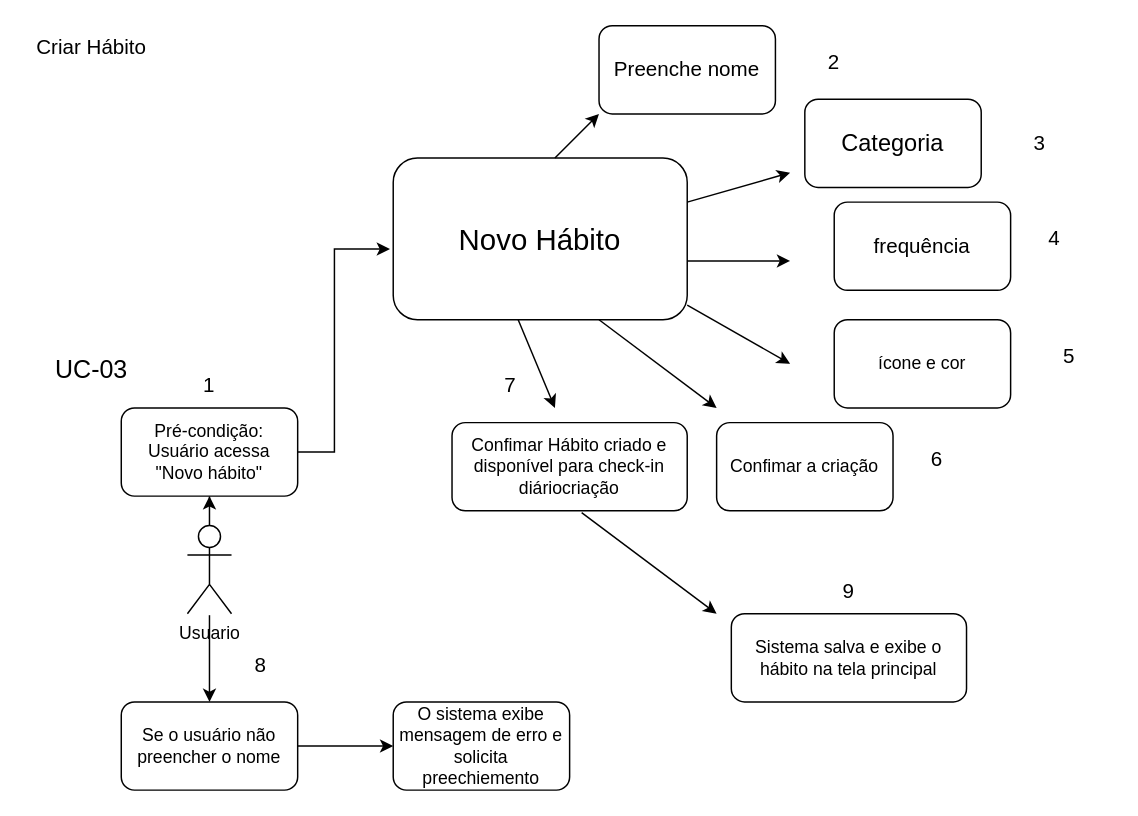
Above: docs/diagramas_uml/diagramas_uc/uc3.drawio in lorenzodp-dev/HabitDisc (draw.io), before the change. Source tidied: cells renumbered, new cells numbered last; positions are measured from the earlier drawing's top-left corner, leaving out a move shared by most shapes. Both pictures are drawn from the tidied source at 147%, with x=0, y=0 at pixel (25, 25).
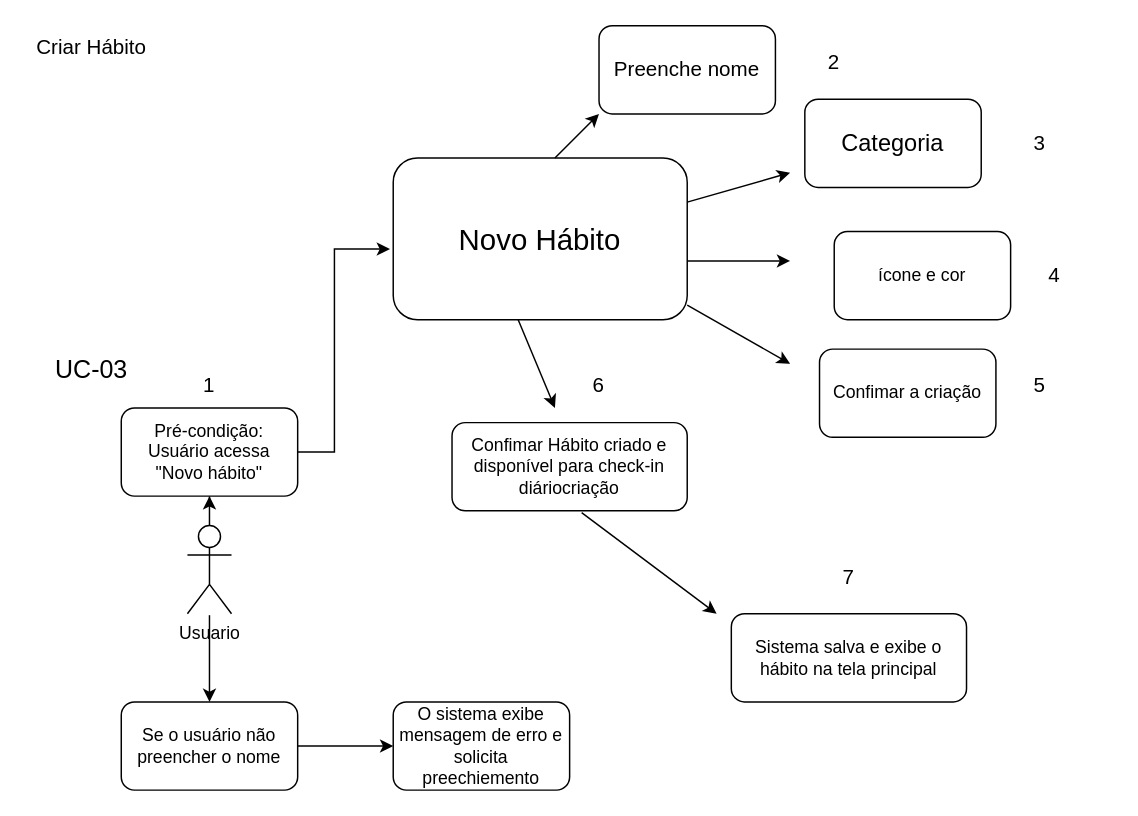
Above is the later version.

Unchanged cells that the change refers to:
```xml
<mxCell id="8" value="&lt;font style=&quot;font-size: 20px;&quot;&gt;Novo Hábito&lt;/font&gt;" style="rounded=1;whiteSpace=wrap;html=1;" parent="1" vertex="1">
  <mxGeometry x="250" y="90" width="200" height="110" as="geometry" />
</mxCell>
```

Diff of the diagram source:
```diff
@@
     <mxCell id="14" value="ícone e cor" style="rounded=1;whiteSpace=wrap;html=1;" parent="1" vertex="1">
-      <mxGeometry x="550" y="200" width="120" height="60" as="geometry" />
+      <mxGeometry x="550" y="140" width="120" height="60" as="geometry" />
     </mxCell>
@@
     <mxCell id="16" value="Confimar a criação" style="rounded=1;whiteSpace=wrap;html=1;" parent="1" vertex="1">
-      <mxGeometry x="470" y="270" width="120" height="60" as="geometry" />
+      <mxGeometry x="540" y="220" width="120" height="60" as="geometry" />
     </mxCell>
-    <mxCell id="17" style="endArrow=classic;html=1;rounded=0;exitX=0.7;exitY=1;exitDx=0;exitDy=0;exitPerimeter=0;" parent="1" edge="1" source="8">
-      <mxGeometry relative="1" as="geometry">
-        <mxPoint x="470" y="260" as="targetPoint" />
-      </mxGeometry>
-    </mxCell>
@@
-    <mxCell id="23" value="&lt;span style=&quot;font-size: 14px;&quot;&gt;frequência&lt;/span&gt;" style="rounded=1;whiteSpace=wrap;html=1;" parent="1" vertex="1">
-      <mxGeometry x="550" y="120" width="120" height="60" as="geometry" />
-    </mxCell>
@@
     <mxCell id="30" value="4" style="text;html=1;whiteSpace=wrap;strokeColor=none;fillColor=none;align=center;verticalAlign=middle;rounded=0;fontSize=14;" parent="1" vertex="1">
-      <mxGeometry x="670" y="130" width="60" height="30" as="geometry" />
+      <mxGeometry x="670" y="155" width="60" height="30" as="geometry" />
     </mxCell>
     <mxCell id="31" value="5" style="text;html=1;whiteSpace=wrap;strokeColor=none;fillColor=none;align=center;verticalAlign=middle;rounded=0;fontSize=14;" parent="1" vertex="1">
-      <mxGeometry x="680" y="210" width="60" height="30" as="geometry" />
+      <mxGeometry x="660" y="230" width="60" height="30" as="geometry" />
     </mxCell>
     <mxCell id="32" value="6" style="text;html=1;whiteSpace=wrap;strokeColor=none;fillColor=none;align=center;verticalAlign=middle;rounded=0;fontSize=14;" parent="1" vertex="1">
-      <mxGeometry x="590" y="280" width="60" height="30" as="geometry" />
+      <mxGeometry x="360" y="230" width="60" height="30" as="geometry" />
     </mxCell>
     <mxCell id="33" value="7" style="text;html=1;whiteSpace=wrap;strokeColor=none;fillColor=none;align=center;verticalAlign=middle;rounded=0;fontSize=14;" parent="1" vertex="1">
-      <mxGeometry x="300" y="230" width="60" height="30" as="geometry" />
+      <mxGeometry x="530" y="360" width="60" height="30" as="geometry" />
     </mxCell>
-    <mxCell id="34" value="8" style="text;html=1;whiteSpace=wrap;strokeColor=none;fillColor=none;align=center;verticalAlign=middle;rounded=0;fontSize=14;" parent="1" vertex="1">
-      <mxGeometry x="130" y="420" width="60" height="30" as="geometry" />
-    </mxCell>
-    <mxCell id="35" value="9" style="text;html=1;whiteSpace=wrap;strokeColor=none;fillColor=none;align=center;verticalAlign=middle;rounded=0;fontSize=14;" parent="1" vertex="1">
-      <mxGeometry x="530" y="370" width="60" height="30" as="geometry" />
-    </mxCell>
```
